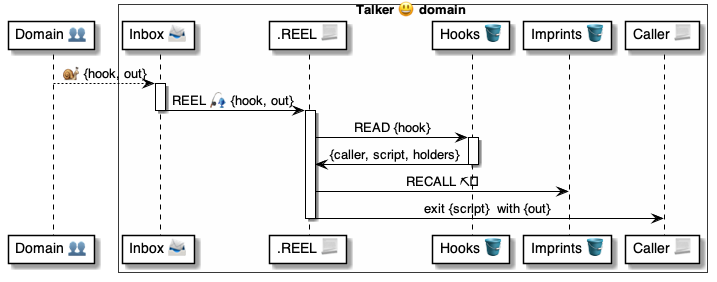
This is 4 ⚙️ Solution/37 Scripts 📃/📃 Commands ⌘/⌘ for async/REEL 🎣/🎣 REEL ⚙️ uml.png from pollyweb-org/pollyweb-docs, a PlantUML export, as it was before one commit. Its source is kept beside it as 4 ⚙️ Solution/37 Scripts 📃/📃 Commands ⌘/⌘ for async/REEL 🎣/🎣 REEL ⚙️ uml.puml.
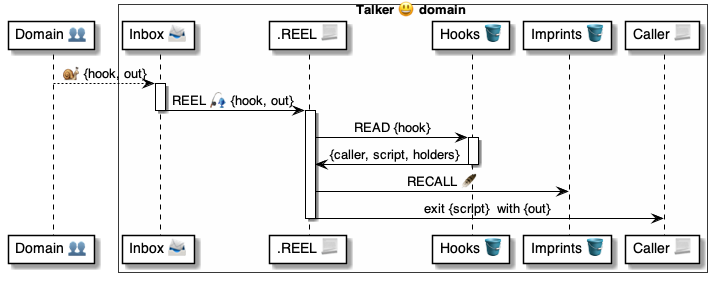
Above is the later version.

Change to the diagram source:
```diff
@@ -24,7 +24,7 @@
         hooks -> reel: {caller, script, holders}
     deactivate hooks
 
-    reel -> imprints: RECALL ⛏️
+    reel -> imprints: RECALL 🪶
 
     reel -> caller: exit {script}  with {out}
 
```
